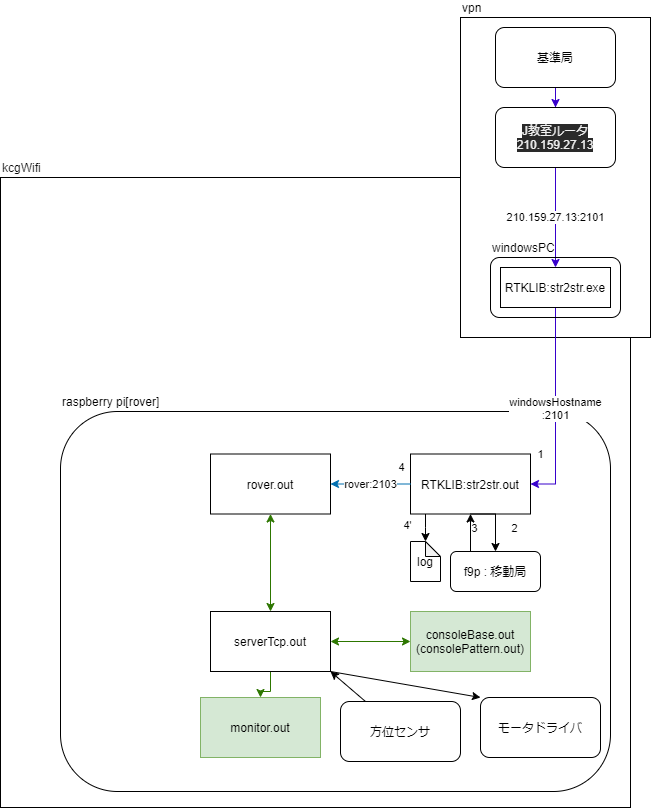
This is software/rover/doc/img/now.png from moca0511/-, a draw.io export, as it was before one commit. Source tidied: cells renumbered, new cells last; positions are measured from the earlier drawing's top-left corner, leaving out a move shared by most shapes.
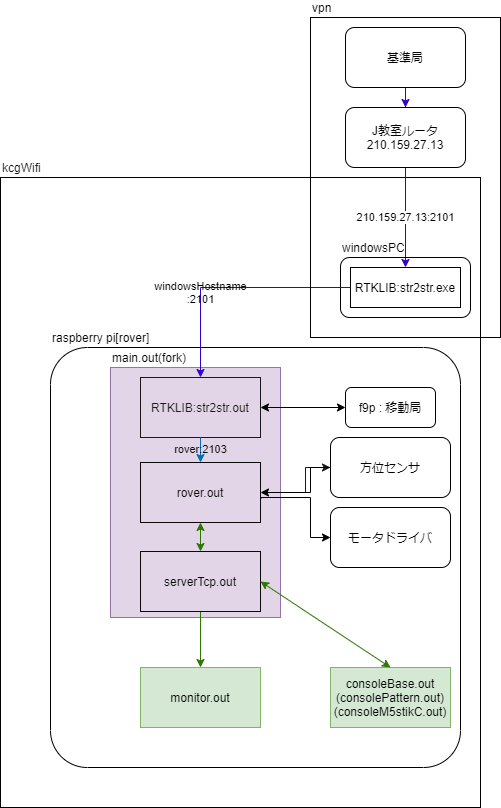
Above is the later version.

Change to the diagram source:
```diff
@@ -2,90 +2,60 @@
   <root>
     <mxCell id="0" />
     <mxCell id="1" parent="0" />
+    <mxCell id="4" value="vpn" style="rounded=0;whiteSpace=wrap;html=1;align=left;labelPosition=center;verticalLabelPosition=top;verticalAlign=bottom;" parent="1" vertex="1">
+      <mxGeometry x="460" width="190" height="320" as="geometry" />
+    </mxCell>
     <mxCell id="2" value="kcgWifi" style="rounded=0;whiteSpace=wrap;html=1;align=left;labelPosition=center;verticalLabelPosition=top;verticalAlign=bottom;labelBackgroundColor=#ffffff;fontColor=#0A0A0A;" parent="1" vertex="1">
-      <mxGeometry y="160" width="630" height="630" as="geometry" />
+      <mxGeometry x="150" y="160" width="480" height="630" as="geometry" />
     </mxCell>
+    <mxCell id="5" value="raspberry pi[rover]" style="rounded=1;whiteSpace=wrap;html=1;fillColor=none;align=left;labelPosition=center;verticalLabelPosition=top;verticalAlign=bottom;arcSize=9;" parent="1" vertex="1">
+      <mxGeometry x="200" y="330" width="410" height="420" as="geometry" />
+    </mxCell>
+    <mxCell id="36" style="edgeStyle=orthogonalEdgeStyle;rounded=0;jettySize=auto;html=1;labelBackgroundColor=none;fontColor=#f0f0f0;strokeColor=#191919;align=center;" parent="1" edge="1" source="37" target="34">
+      <mxGeometry relative="1" as="geometry" />
+    </mxCell>
+    <mxCell id="37" value="main.out(fork)" style="rounded=0;whiteSpace=wrap;html=1;fillColor=#e1d5e7;glass=0;strokeColor=#9673a6;align=left;verticalAlign=bottom;labelPosition=center;verticalLabelPosition=top;" parent="1" vertex="1">
+      <mxGeometry x="260" y="350" width="170" height="250" as="geometry" />
+    </mxCell>
-    <mxCell id="3" value="RTKLIB:str2str.out" style="rounded=0;whiteSpace=wrap;html=1;fillColor=none;align=center;" parent="1" vertex="1">
-      <mxGeometry x="410" y="436.5" width="120" height="60" as="geometry" />
+    <mxCell id="3" value="RTKLIB:str2str.out" style="rounded=0;whiteSpace=wrap;html=1;fillColor=none;align=center;strokeColor=#191919;fontColor=#191919;" parent="1" vertex="1">
+      <mxGeometry x="290" y="360" width="120" height="60" as="geometry" />
     </mxCell>
-    <mxCell id="4" value="vpn" style="rounded=0;whiteSpace=wrap;html=1;align=left;labelPosition=center;verticalLabelPosition=top;verticalAlign=bottom;" parent="1" vertex="1">
-      <mxGeometry x="460" width="190" height="320" as="geometry" />
-    </mxCell>
-    <mxCell id="5" value="raspberry pi[rover]" style="rounded=1;whiteSpace=wrap;html=1;fillColor=none;align=left;labelPosition=center;verticalLabelPosition=top;verticalAlign=bottom;" parent="1" vertex="1">
-      <mxGeometry x="60" y="394" width="550" height="380" as="geometry" />
-    </mxCell>
-    <mxCell id="6" value="&lt;span style=&quot;background-color: rgb(255 , 255 , 255)&quot;&gt;&lt;font color=&quot;#000000&quot;&gt;vpn&lt;/font&gt;&lt;/span&gt;" style="rounded=0;whiteSpace=wrap;html=1;align=left;labelPosition=center;verticalLabelPosition=top;verticalAlign=bottom;fillColor=none;" parent="1" vertex="1">
-      <mxGeometry x="460" width="190" height="320" as="geometry" />
-    </mxCell>
-    <mxCell id="7" value="windowsHostname&lt;br&gt;:2101" style="edgeStyle=orthogonalEdgeStyle;rounded=0;jettySize=auto;html=1;entryX=1;entryY=0.5;entryDx=0;entryDy=0;fillColor=#6a00ff;strokeColor=#3700CC;" parent="1" edge="1" source="9" target="3">
-      <mxGeometry relative="1" as="geometry" />
-    </mxCell>
-    <mxCell id="8" value="1" style="edgeLabel;html=1;align=center;verticalAlign=middle;" parent="7" vertex="1">
-      <mxGeometry x="0.61" y="1" relative="1" as="geometry">
-        <mxPoint x="-16" y="-15" as="offset" />
-      </mxGeometry>
-    </mxCell>
     <mxCell id="9" value="RTKLIB:str2str.exe" style="rounded=0;whiteSpace=wrap;html=1;fillColor=none;align=center;" parent="1" vertex="1">
       <mxGeometry x="500" y="250" width="110" height="40" as="geometry" />
     </mxCell>
     <mxCell id="10" value="210.159.27.13:2101" style="edgeStyle=orthogonalEdgeStyle;rounded=0;jettySize=auto;html=1;exitX=0.5;exitY=1;exitDx=0;exitDy=0;entryX=0.5;entryY=0;entryDx=0;entryDy=0;fillColor=#6a00ff;strokeColor=#3700CC;" parent="1" edge="1" source="26" target="9">
       <mxGeometry relative="1" as="geometry" />
     </mxCell>
-    <mxCell id="11" value="rover:2103" style="edgeStyle=orthogonalEdgeStyle;rounded=0;jettySize=auto;html=1;fillColor=#1ba1e2;strokeColor=#006EAF;" parent="1" edge="1" source="3" target="19">
+    <mxCell id="11" value="rover:2103" style="edgeStyle=orthogonalEdgeStyle;rounded=0;jettySize=auto;html=1;fillColor=#1ba1e2;strokeColor=#006EAF;labelBackgroundColor=none;" parent="1" edge="1" source="3" target="19">
       <mxGeometry relative="1" as="geometry" />
     </mxCell>
-    <mxCell id="12" style="edgeStyle=orthogonalEdgeStyle;rounded=0;jettySize=auto;html=1;entryX=0;entryY=0;entryDx=15;entryDy=0;entryPerimeter=0;" parent="1" edge="1" source="3" target="14">
-      <mxGeometry relative="1" as="geometry">
-        <Array as="points">
-          <mxPoint x="425" y="510" />
-          <mxPoint x="425" y="510" />
-        </Array>
-      </mxGeometry>
-    </mxCell>
-    <mxCell id="13" style="edgeStyle=orthogonalEdgeStyle;rounded=0;jettySize=auto;html=1;exitX=0.5;exitY=1;exitDx=0;exitDy=0;entryX=0.5;entryY=0;entryDx=0;entryDy=0;" parent="1" edge="1" source="3" target="29">
-      <mxGeometry relative="1" as="geometry">
-        <Array as="points">
-          <mxPoint x="495" y="497" />
-        </Array>
-      </mxGeometry>
-    </mxCell>
-    <mxCell id="14" value="log" style="shape=note;whiteSpace=wrap;html=1;backgroundOutline=1;darkOpacity=0.05;fillColor=none;align=center;size=15;" parent="1" vertex="1">
-      <mxGeometry x="410" y="524" width="30" height="40" as="geometry" />
-    </mxCell>
-    <mxCell id="15" value="2" style="edgeLabel;html=1;align=center;verticalAlign=middle;" parent="1" vertex="1">
-      <mxGeometry x="510" y="504" as="geometry">
-        <mxPoint x="4" y="7" as="offset" />
-      </mxGeometry>
-    </mxCell>
-    <mxCell id="16" value="4'" style="edgeLabel;html=1;align=center;verticalAlign=middle;" parent="1" vertex="1">
-      <mxGeometry x="530" y="470" as="geometry">
-        <mxPoint x="-123" y="38" as="offset" />
-      </mxGeometry>
-    </mxCell>
-    <mxCell id="17" value="3" style="edgeLabel;html=1;align=center;verticalAlign=middle;" parent="1" vertex="1">
-      <mxGeometry x="510" y="494" as="geometry">
-        <mxPoint x="-36" y="17" as="offset" />
-      </mxGeometry>
-    </mxCell>
-    <mxCell id="18" value="4" style="edgeLabel;html=1;align=center;verticalAlign=middle;" parent="1" vertex="1">
-      <mxGeometry x="400" y="454" as="geometry">
-        <mxPoint x="1" y="-4" as="offset" />
-      </mxGeometry>
-    </mxCell>
+    <mxCell id="38" style="edgeStyle=orthogonalEdgeStyle;rounded=0;jettySize=auto;html=1;entryX=0;entryY=0.5;entryDx=0;entryDy=0;align=center;exitX=1.004;exitY=0.608;exitDx=0;exitDy=0;exitPerimeter=0;" parent="1" edge="1" source="19" target="30">
+      <mxGeometry relative="1" as="geometry">
+        <Array as="points">
+          <mxPoint x="411" y="480" />
+          <mxPoint x="460" y="480" />
+          <mxPoint x="460" y="520" />
+        </Array>
+      </mxGeometry>
+    </mxCell>
-    <mxCell id="19" value="rover.out" style="rounded=0;whiteSpace=wrap;html=1;fillColor=none;align=center;" parent="1" vertex="1">
-      <mxGeometry x="210" y="436.5" width="120" height="60" as="geometry" />
+    <mxCell id="19" value="rover.out" style="rounded=0;whiteSpace=wrap;html=1;fillColor=none;align=center;fontColor=#0A0A0A;strokeColor=#0A0A0A;" parent="1" vertex="1">
+      <mxGeometry x="290" y="445" width="120" height="60" as="geometry" />
     </mxCell>
-    <mxCell id="20" style="edgeStyle=orthogonalEdgeStyle;rounded=0;jettySize=auto;html=1;fillColor=#60a917;strokeColor=#2D7600;" parent="1" edge="1" source="21" target="22">
-      <mxGeometry relative="1" as="geometry" />
+    <mxCell id="20" style="edgeStyle=orthogonalEdgeStyle;rounded=0;jettySize=auto;html=1;fillColor=#60a917;strokeColor=#2D7600;entryX=0.5;entryY=0;entryDx=0;entryDy=0;" parent="1" edge="1" source="21" target="22">
+      <mxGeometry relative="1" as="geometry">
+        <Array as="points">
+          <mxPoint x="350" y="650" />
+        </Array>
+      </mxGeometry>
     </mxCell>
-    <mxCell id="21" value="serverTcp.out" style="rounded=0;whiteSpace=wrap;html=1;fillColor=none;align=center;" parent="1" vertex="1">
-      <mxGeometry x="210" y="594" width="120" height="60" as="geometry" />
+    <mxCell id="21" value="serverTcp.out" style="rounded=0;whiteSpace=wrap;html=1;fillColor=none;align=center;fontColor=#0A0A0A;strokeColor=#0A0A0A;" parent="1" vertex="1">
+      <mxGeometry x="290" y="534" width="120" height="60" as="geometry" />
     </mxCell>
     <mxCell id="22" value="monitor.out" style="rounded=0;whiteSpace=wrap;html=1;fillColor=#d5e8d4;align=center;strokeColor=#82b366;fontColor=#000000;" parent="1" vertex="1">
-      <mxGeometry x="200" y="680" width="120" height="60" as="geometry" />
+      <mxGeometry x="290" y="650" width="120" height="60" as="geometry" />
     </mxCell>
-    <mxCell id="23" value="consoleBase.out&lt;br&gt;(consolePattern.out)" style="rounded=0;whiteSpace=wrap;html=1;fillColor=#d5e8d4;align=center;strokeColor=#82b366;fontColor=#000000;" parent="1" vertex="1">
-      <mxGeometry x="410" y="594" width="120" height="60" as="geometry" />
+    <mxCell id="23" value="consoleBase.out&lt;br&gt;(consolePattern.out)&lt;br&gt;(consoleM5stikC.out)" style="rounded=0;whiteSpace=wrap;html=1;fillColor=#d5e8d4;align=center;strokeColor=#82b366;fontColor=#000000;" parent="1" vertex="1">
+      <mxGeometry x="480" y="650" width="120" height="60" as="geometry" />
     </mxCell>
     <mxCell id="24" style="edgeStyle=orthogonalEdgeStyle;rounded=0;jettySize=auto;html=1;fillColor=#6a00ff;strokeColor=#3700CC;" parent="1" edge="1" source="25" target="26">
       <mxGeometry relative="1" as="geometry" />
@@ -93,39 +63,47 @@
     <mxCell id="25" value="基準局" style="rounded=1;whiteSpace=wrap;html=1;fillColor=none;align=center;" parent="1" vertex="1">
       <mxGeometry x="495" y="10" width="120" height="60" as="geometry" />
     </mxCell>
-    <mxCell id="26" value="&#10;&#10;&lt;span style=&quot;color: rgb(240, 240, 240); font-family: helvetica; font-size: 12px; font-style: normal; font-weight: 400; letter-spacing: normal; text-indent: 0px; text-transform: none; word-spacing: 0px; background-color: rgb(42, 42, 42); display: inline; float: none;&quot;&gt;J教室ルータ&lt;/span&gt;&lt;br style=&quot;color: rgb(240, 240, 240); font-family: helvetica; font-size: 12px; font-style: normal; font-weight: 400; letter-spacing: normal; text-indent: 0px; text-transform: none; word-spacing: 0px; background-color: rgb(42, 42, 42);&quot;&gt;&lt;span style=&quot;color: rgb(240, 240, 240); font-family: helvetica; font-size: 12px; font-style: normal; font-weight: 400; letter-spacing: normal; text-indent: 0px; text-transform: none; word-spacing: 0px; background-color: rgb(42, 42, 42); display: inline; float: none;&quot;&gt;210.159.27.13&lt;/span&gt;&#10;&#10;" style="rounded=1;whiteSpace=wrap;html=1;fillColor=none;align=center;" parent="1" vertex="1">
+    <mxCell id="26" value="&lt;font&gt;&lt;span style=&quot;font-family: &amp;quot;helvetica&amp;quot; ; font-size: 12px ; font-style: normal ; font-weight: 400 ; letter-spacing: normal ; text-indent: 0px ; text-transform: none ; word-spacing: 0px ; display: inline ; float: none&quot;&gt;J教室ルータ&lt;/span&gt;&lt;br style=&quot;font-family: &amp;quot;helvetica&amp;quot; ; font-size: 12px ; font-style: normal ; font-weight: 400 ; letter-spacing: normal ; text-indent: 0px ; text-transform: none ; word-spacing: 0px&quot;&gt;&lt;span style=&quot;font-family: &amp;quot;helvetica&amp;quot; ; font-size: 12px ; font-style: normal ; font-weight: 400 ; letter-spacing: normal ; text-indent: 0px ; text-transform: none ; word-spacing: 0px ; display: inline ; float: none&quot;&gt;210.159.27.13&lt;/span&gt;&lt;/font&gt;" style="rounded=1;whiteSpace=wrap;html=1;fillColor=none;align=center;" parent="1" vertex="1">
       <mxGeometry x="495" y="90" width="120" height="60" as="geometry" />
     </mxCell>
     <mxCell id="27" value="windowsPC" style="rounded=1;whiteSpace=wrap;html=1;fillColor=none;align=left;labelPosition=center;verticalLabelPosition=top;verticalAlign=bottom;" parent="1" vertex="1">
       <mxGeometry x="490" y="240" width="130" height="60" as="geometry" />
     </mxCell>
-    <mxCell id="28" style="edgeStyle=orthogonalEdgeStyle;rounded=0;jettySize=auto;html=1;exitX=0.5;exitY=0;exitDx=0;exitDy=0;entryX=0.5;entryY=1;entryDx=0;entryDy=0;" parent="1" edge="1" source="29" target="3">
-      <mxGeometry relative="1" as="geometry">
-        <Array as="points">
-          <mxPoint x="470" y="534" />
-        </Array>
-      </mxGeometry>
-    </mxCell>
     <mxCell id="29" value="f9p : 移動局" style="rounded=1;whiteSpace=wrap;html=1;" parent="1" vertex="1">
-      <mxGeometry x="450" y="534" width="90" height="40" as="geometry" />
+      <mxGeometry x="495" y="370" width="90" height="40" as="geometry" />
     </mxCell>
     <mxCell id="30" value="モータドライバ" style="rounded=1;whiteSpace=wrap;html=1;" parent="1" vertex="1">
-      <mxGeometry x="480" y="680" width="120" height="60" as="geometry" />
+      <mxGeometry x="480" y="490" width="120" height="60" as="geometry" />
     </mxCell>
-    <mxCell id="31" style="endArrow=classic;html=1;entryX=0;entryY=0;entryDx=0;entryDy=0;exitX=1;exitY=1;exitDx=0;exitDy=0;" parent="1" edge="1" source="21" target="30">
-      <mxGeometry relative="1" as="geometry" />
-    </mxCell>
-    <mxCell id="32" style="endArrow=classic;startArrow=classic;html=1;entryX=0;entryY=0.5;entryDx=0;entryDy=0;exitX=1;exitY=0.5;exitDx=0;exitDy=0;fillColor=#60a917;strokeColor=#2D7600;" parent="1" edge="1" source="21" target="23">
+    <mxCell id="32" style="endArrow=classic;startArrow=classic;html=1;fillColor=#60a917;strokeColor=#2D7600;entryX=0.5;entryY=0;entryDx=0;entryDy=0;exitX=1;exitY=0.5;exitDx=0;exitDy=0;" parent="1" edge="1" source="21" target="23">
       <mxGeometry relative="1" as="geometry" />
     </mxCell>
     <mxCell id="33" style="endArrow=classic;startArrow=classic;html=1;entryX=0.5;entryY=1;entryDx=0;entryDy=0;exitX=0.5;exitY=0;exitDx=0;exitDy=0;fillColor=#60a917;strokeColor=#2D7600;" parent="1" edge="1" source="21" target="19">
       <mxGeometry relative="1" as="geometry" />
     </mxCell>
+    <mxCell id="39" style="edgeStyle=orthogonalEdgeStyle;rounded=0;jettySize=auto;html=1;entryX=1;entryY=0.5;entryDx=0;entryDy=0;align=center;exitX=0;exitY=0.5;exitDx=0;exitDy=0;" parent="1" edge="1" source="34" target="19">
+      <mxGeometry relative="1" as="geometry">
+        <Array as="points">
+          <mxPoint x="460" y="450" />
+          <mxPoint x="460" y="475" />
+        </Array>
+      </mxGeometry>
+    </mxCell>
     <mxCell id="34" value="方位センサ" style="rounded=1;whiteSpace=wrap;html=1;" parent="1" vertex="1">
-      <mxGeometry x="340" y="684" width="120" height="60" as="geometry" />
+      <mxGeometry x="480" y="420" width="120" height="60" as="geometry" />
     </mxCell>
-    <mxCell id="35" style="endArrow=classic;html=1;entryX=1;entryY=1;entryDx=0;entryDy=0;" parent="1" edge="1" source="34" target="21">
-      <mxGeometry relative="1" as="geometry" />
-    </mxCell>
+    <mxCell id="13" style="endArrow=classic;startArrow=classic;html=1;entryX=0;entryY=0.5;entryDx=0;entryDy=0;exitX=1;exitY=0.5;exitDx=0;exitDy=0;" parent="1" edge="1" source="3" target="29">
+      <mxGeometry relative="1" as="geometry" />
+    </mxCell>
+    <mxCell id="7" value="windowsHostname&lt;br&gt;:2101" style="edgeStyle=orthogonalEdgeStyle;rounded=0;jettySize=auto;html=1;fillColor=#6a00ff;strokeColor=#3700CC;align=center;labelBackgroundColor=none;entryX=0.5;entryY=0;entryDx=0;entryDy=0;" parent="1" edge="1" source="9" target="3">
+      <mxGeometry x="0.29" relative="1" as="geometry">
+        <Array as="points">
+          <mxPoint x="350" y="270" />
+        </Array>
+      </mxGeometry>
+    </mxCell>
+    <mxCell id="6" value="&lt;span style=&quot;background-color: rgb(255 , 255 , 255)&quot;&gt;&lt;font color=&quot;#000000&quot;&gt;vpn&lt;/font&gt;&lt;/span&gt;" style="rounded=0;whiteSpace=wrap;html=1;align=left;labelPosition=center;verticalLabelPosition=top;verticalAlign=bottom;fillColor=none;" parent="1" vertex="1">
+      <mxGeometry x="460" width="190" height="320" as="geometry" />
+    </mxCell>
   </root>
 </mxGraphModel>
```
